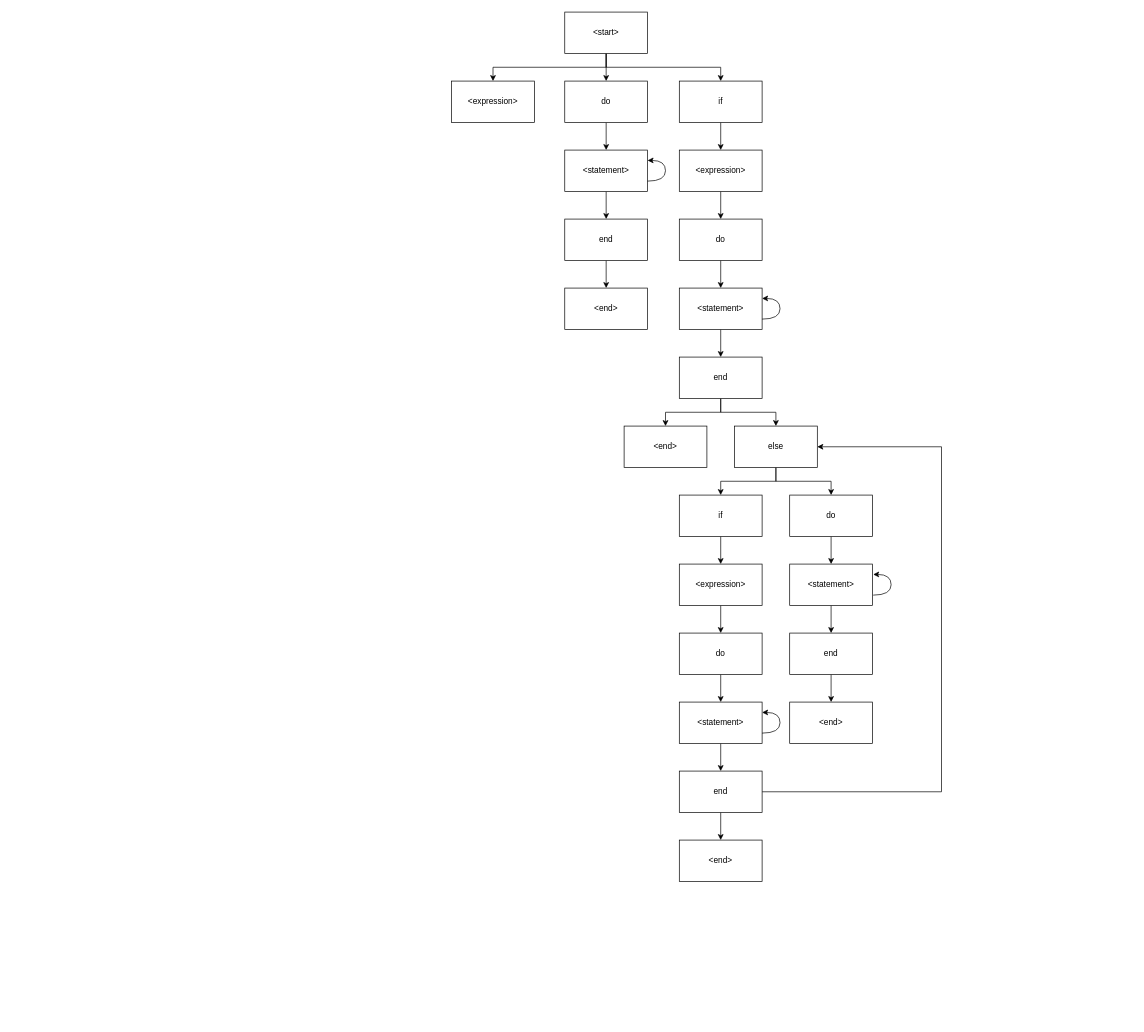
Earlier version of the draw.io diagram docs/parser.drawio (Kakitsubata7/Spark). Source tidied: cells renumbered, new cells numbered last; positions are measured from the earlier drawing's top-left corner, leaving out a move shared by most shapes. Both pictures are drawn from the tidied source at 69%, with x=0, y=0 at pixel (451, 12).
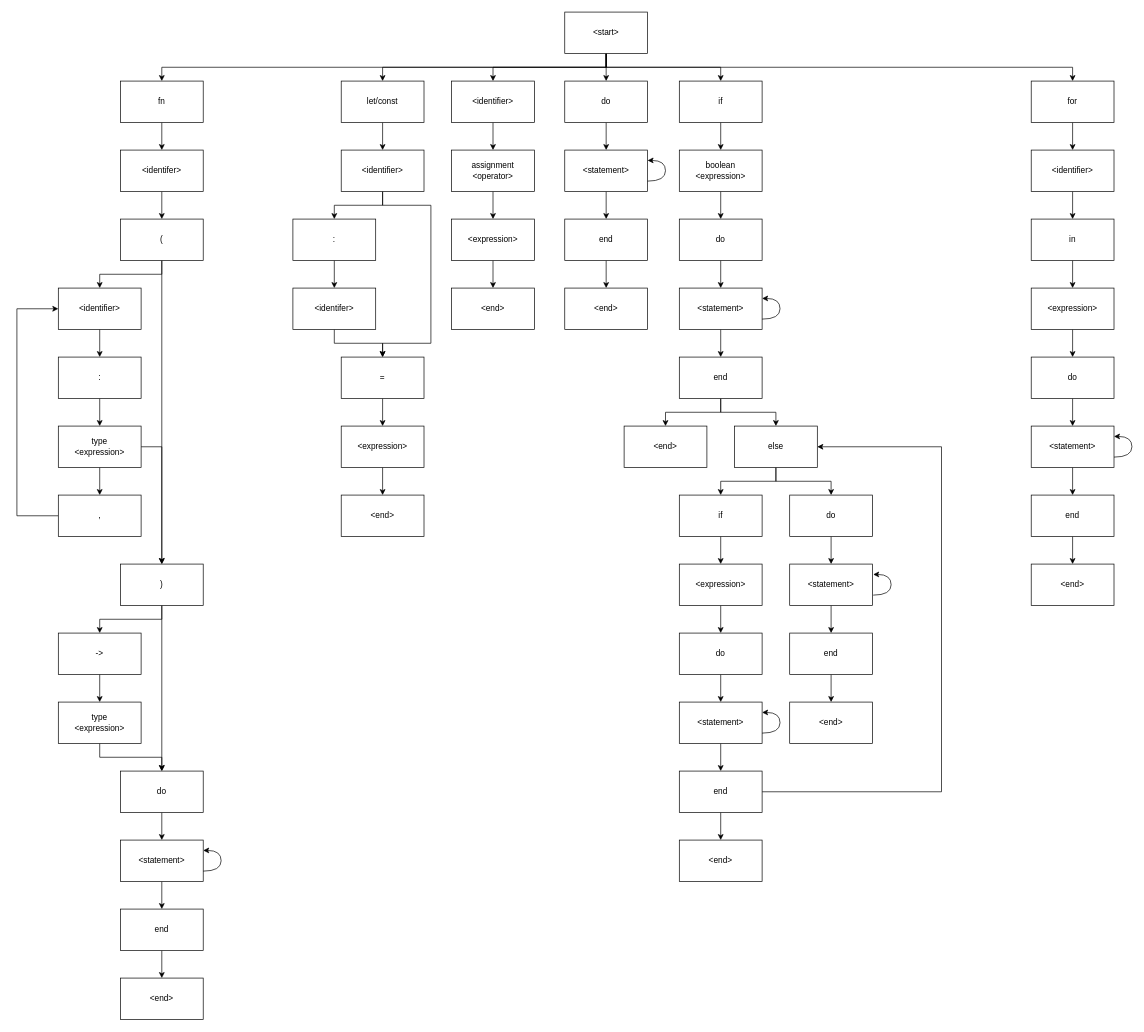
The same diagram, later.

Commit message:
Function return type

The change refers to these unchanged cells:
```xml
<mxCell id="5" value="&amp;lt;start&amp;gt;" style="rounded=0;whiteSpace=wrap;html=1;" parent="1" vertex="1">
  <mxGeometry x="164" width="120" height="60" as="geometry" />
</mxCell>
```

Diff of the diagram source:
```diff
@@
+    <mxCell id="52" style="edgeStyle=orthogonalEdgeStyle;rounded=0;jettySize=auto;html=1;exitX=0.5;exitY=1;exitDx=0;exitDy=0;entryX=0.5;entryY=0;entryDx=0;entryDy=0;" parent="1" edge="1" source="5" target="57">
+      <mxGeometry relative="1" as="geometry" />
+    </mxCell>
+    <mxCell id="53" style="edgeStyle=orthogonalEdgeStyle;rounded=0;jettySize=auto;html=1;exitX=0.5;exitY=1;exitDx=0;exitDy=0;entryX=0.5;entryY=0;entryDx=0;entryDy=0;" parent="1" edge="1" source="5" target="70">
+      <mxGeometry relative="1" as="geometry" />
+    </mxCell>
+    <mxCell id="54" style="edgeStyle=orthogonalEdgeStyle;rounded=0;jettySize=auto;html=1;exitX=0.5;exitY=1;exitDx=0;exitDy=0;entryX=0.5;entryY=0;entryDx=0;entryDy=0;" parent="1" edge="1" source="5" target="103">
+      <mxGeometry relative="1" as="geometry" />
+    </mxCell>
@@
-    <mxCell id="16" value="&amp;lt;expression&amp;gt;" style="rounded=0;whiteSpace=wrap;html=1;" parent="1" vertex="1">
+    <mxCell id="16" value="boolean&lt;br&gt;&amp;lt;expression&amp;gt;" style="rounded=0;whiteSpace=wrap;html=1;" parent="1" vertex="1">
       <mxGeometry x="330" y="200" width="120" height="60" as="geometry" />
     </mxCell>
@@
+    <mxCell id="55" style="edgeStyle=orthogonalEdgeStyle;rounded=0;jettySize=auto;html=1;exitX=0.5;exitY=1;exitDx=0;exitDy=0;entryX=0.5;entryY=0;entryDx=0;entryDy=0;" parent="1" edge="1" source="51" target="87">
+      <mxGeometry relative="1" as="geometry" />
+    </mxCell>
-    <mxCell id="51" value="&amp;lt;expression&amp;gt;" style="rounded=0;whiteSpace=wrap;html=1;" parent="1" vertex="1">
+    <mxCell id="51" value="&amp;lt;identifier&amp;gt;" style="rounded=0;whiteSpace=wrap;html=1;" parent="1" vertex="1">
       <mxGeometry y="100" width="120" height="60" as="geometry" />
     </mxCell>
+    <mxCell id="56" style="edgeStyle=orthogonalEdgeStyle;rounded=0;jettySize=auto;html=1;exitX=0.5;exitY=1;exitDx=0;exitDy=0;entryX=0.5;entryY=0;entryDx=0;entryDy=0;" parent="1" edge="1" source="57" target="60">
+      <mxGeometry relative="1" as="geometry" />
+    </mxCell>
+    <mxCell id="57" value="let/const" style="rounded=0;whiteSpace=wrap;html=1;" parent="1" vertex="1">
+      <mxGeometry x="-160" y="100" width="120" height="60" as="geometry" />
+    </mxCell>
+    <mxCell id="58" style="edgeStyle=orthogonalEdgeStyle;rounded=0;jettySize=auto;html=1;exitX=0.5;exitY=1;exitDx=0;exitDy=0;entryX=0.5;entryY=0;entryDx=0;entryDy=0;" parent="1" edge="1" source="60" target="62">
+      <mxGeometry relative="1" as="geometry" />
+    </mxCell>
+    <mxCell id="59" style="edgeStyle=orthogonalEdgeStyle;rounded=0;jettySize=auto;html=1;exitX=0.5;exitY=1;exitDx=0;exitDy=0;entryX=0.5;entryY=0;entryDx=0;entryDy=0;" parent="1" edge="1" source="60" target="66">
+      <mxGeometry relative="1" as="geometry">
+        <Array as="points">
+          <mxPoint x="-100" y="280" />
+          <mxPoint x="-30" y="280" />
+          <mxPoint x="-30" y="480" />
+          <mxPoint x="-100" y="480" />
+        </Array>
+      </mxGeometry>
+    </mxCell>
+    <mxCell id="60" value="&amp;lt;identifier&amp;gt;" style="rounded=0;whiteSpace=wrap;html=1;" parent="1" vertex="1">
+      <mxGeometry x="-160" y="200" width="120" height="60" as="geometry" />
+    </mxCell>
+    <mxCell id="61" style="edgeStyle=orthogonalEdgeStyle;rounded=0;jettySize=auto;html=1;exitX=0.5;exitY=1;exitDx=0;exitDy=0;entryX=0.5;entryY=0;entryDx=0;entryDy=0;" parent="1" edge="1" source="62" target="64">
+      <mxGeometry relative="1" as="geometry" />
+    </mxCell>
+    <mxCell id="62" value=":" style="rounded=0;whiteSpace=wrap;html=1;" parent="1" vertex="1">
+      <mxGeometry x="-230" y="300" width="120" height="60" as="geometry" />
+    </mxCell>
+    <mxCell id="63" style="edgeStyle=orthogonalEdgeStyle;rounded=0;jettySize=auto;html=1;exitX=0.5;exitY=1;exitDx=0;exitDy=0;entryX=0.5;entryY=0;entryDx=0;entryDy=0;" parent="1" edge="1" source="64" target="66">
+      <mxGeometry relative="1" as="geometry" />
+    </mxCell>
+    <mxCell id="64" value="&amp;lt;identifer&amp;gt;" style="rounded=0;whiteSpace=wrap;html=1;" parent="1" vertex="1">
+      <mxGeometry x="-230" y="400" width="120" height="60" as="geometry" />
+    </mxCell>
+    <mxCell id="65" style="edgeStyle=orthogonalEdgeStyle;rounded=0;jettySize=auto;html=1;exitX=0.5;exitY=1;exitDx=0;exitDy=0;" parent="1" edge="1" source="66" target="68">
+      <mxGeometry relative="1" as="geometry" />
+    </mxCell>
+    <mxCell id="66" value="=" style="rounded=0;whiteSpace=wrap;html=1;" parent="1" vertex="1">
+      <mxGeometry x="-160" y="500" width="120" height="60" as="geometry" />
+    </mxCell>
+    <mxCell id="67" style="edgeStyle=orthogonalEdgeStyle;rounded=0;jettySize=auto;html=1;exitX=0.5;exitY=1;exitDx=0;exitDy=0;" parent="1" edge="1" source="68" target="85">
+      <mxGeometry relative="1" as="geometry" />
+    </mxCell>
+    <mxCell id="68" value="&amp;lt;expression&amp;gt;" style="rounded=0;whiteSpace=wrap;html=1;" parent="1" vertex="1">
+      <mxGeometry x="-160" y="600" width="120" height="60" as="geometry" />
+    </mxCell>
+    <mxCell id="69" style="edgeStyle=orthogonalEdgeStyle;rounded=0;jettySize=auto;html=1;exitX=0.5;exitY=1;exitDx=0;exitDy=0;entryX=0.5;entryY=0;entryDx=0;entryDy=0;" parent="1" edge="1" source="70" target="72">
+      <mxGeometry relative="1" as="geometry" />
+    </mxCell>
+    <mxCell id="70" value="fn" style="rounded=0;whiteSpace=wrap;html=1;" parent="1" vertex="1">
+      <mxGeometry x="-480" y="100" width="120" height="60" as="geometry" />
+    </mxCell>
+    <mxCell id="71" style="edgeStyle=orthogonalEdgeStyle;rounded=0;jettySize=auto;html=1;exitX=0.5;exitY=1;exitDx=0;exitDy=0;entryX=0.5;entryY=0;entryDx=0;entryDy=0;" parent="1" edge="1" source="72" target="75">
+      <mxGeometry relative="1" as="geometry" />
+    </mxCell>
+    <mxCell id="72" value="&amp;lt;identifer&amp;gt;" style="rounded=0;whiteSpace=wrap;html=1;" parent="1" vertex="1">
+      <mxGeometry x="-480" y="200" width="120" height="60" as="geometry" />
+    </mxCell>
+    <mxCell id="73" style="edgeStyle=orthogonalEdgeStyle;rounded=0;jettySize=auto;html=1;exitX=0.5;exitY=1;exitDx=0;exitDy=0;entryX=0.5;entryY=0;entryDx=0;entryDy=0;" parent="1" edge="1" source="75" target="77">
+      <mxGeometry relative="1" as="geometry" />
+    </mxCell>
+    <mxCell id="74" style="edgeStyle=orthogonalEdgeStyle;rounded=0;jettySize=auto;html=1;exitX=0.5;exitY=1;exitDx=0;exitDy=0;entryX=0.5;entryY=0;entryDx=0;entryDy=0;" parent="1" edge="1" source="75" target="93">
+      <mxGeometry relative="1" as="geometry" />
+    </mxCell>
+    <mxCell id="75" value="(" style="rounded=0;whiteSpace=wrap;html=1;" parent="1" vertex="1">
+      <mxGeometry x="-480" y="300" width="120" height="60" as="geometry" />
+    </mxCell>
+    <mxCell id="76" style="edgeStyle=orthogonalEdgeStyle;rounded=0;jettySize=auto;html=1;exitX=0.5;exitY=1;exitDx=0;exitDy=0;entryX=0.5;entryY=0;entryDx=0;entryDy=0;" parent="1" edge="1" source="77" target="79">
+      <mxGeometry relative="1" as="geometry" />
+    </mxCell>
+    <mxCell id="77" value="&amp;lt;identifier&amp;gt;" style="rounded=0;whiteSpace=wrap;html=1;" parent="1" vertex="1">
+      <mxGeometry x="-570" y="400" width="120" height="60" as="geometry" />
+    </mxCell>
+    <mxCell id="78" style="edgeStyle=orthogonalEdgeStyle;rounded=0;jettySize=auto;html=1;exitX=0.5;exitY=1;exitDx=0;exitDy=0;entryX=0.5;entryY=0;entryDx=0;entryDy=0;" parent="1" edge="1" source="79" target="82">
+      <mxGeometry relative="1" as="geometry" />
+    </mxCell>
+    <mxCell id="79" value=":" style="rounded=0;whiteSpace=wrap;html=1;" parent="1" vertex="1">
+      <mxGeometry x="-570" y="500" width="120" height="60" as="geometry" />
+    </mxCell>
+    <mxCell id="80" style="edgeStyle=orthogonalEdgeStyle;rounded=0;jettySize=auto;html=1;exitX=0.5;exitY=1;exitDx=0;exitDy=0;" parent="1" edge="1" source="82" target="84">
+      <mxGeometry relative="1" as="geometry" />
+    </mxCell>
+    <mxCell id="81" style="edgeStyle=orthogonalEdgeStyle;rounded=0;jettySize=auto;html=1;exitX=1;exitY=0.5;exitDx=0;exitDy=0;entryX=0.5;entryY=0;entryDx=0;entryDy=0;" parent="1" edge="1" source="82" target="93">
+      <mxGeometry relative="1" as="geometry" />
+    </mxCell>
+    <mxCell id="82" value="&lt;div&gt;type&lt;/div&gt;&amp;lt;expression&amp;gt;" style="rounded=0;whiteSpace=wrap;html=1;" parent="1" vertex="1">
+      <mxGeometry x="-570" y="600" width="120" height="60" as="geometry" />
+    </mxCell>
+    <mxCell id="83" style="edgeStyle=orthogonalEdgeStyle;rounded=0;jettySize=auto;html=1;exitX=0;exitY=0.5;exitDx=0;exitDy=0;entryX=0;entryY=0.5;entryDx=0;entryDy=0;" parent="1" edge="1" source="84" target="77">
+      <mxGeometry relative="1" as="geometry">
+        <Array as="points">
+          <mxPoint x="-630" y="730" />
+          <mxPoint x="-630" y="430" />
+        </Array>
+      </mxGeometry>
+    </mxCell>
+    <mxCell id="84" value="," style="rounded=0;whiteSpace=wrap;html=1;" parent="1" vertex="1">
+      <mxGeometry x="-570" y="700" width="120" height="60" as="geometry" />
+    </mxCell>
+    <mxCell id="85" value="&amp;lt;end&amp;gt;" style="rounded=0;whiteSpace=wrap;html=1;" parent="1" vertex="1">
+      <mxGeometry x="-160" y="700" width="120" height="60" as="geometry" />
+    </mxCell>
+    <mxCell id="86" style="edgeStyle=orthogonalEdgeStyle;rounded=0;jettySize=auto;html=1;exitX=0.5;exitY=1;exitDx=0;exitDy=0;" parent="1" edge="1" source="87" target="89">
+      <mxGeometry relative="1" as="geometry" />
+    </mxCell>
+    <mxCell id="87" value="assignment&lt;br&gt;&amp;lt;operator&amp;gt;" style="rounded=0;whiteSpace=wrap;html=1;" parent="1" vertex="1">
+      <mxGeometry y="200" width="120" height="60" as="geometry" />
+    </mxCell>
+    <mxCell id="88" style="edgeStyle=orthogonalEdgeStyle;rounded=0;jettySize=auto;html=1;exitX=0.5;exitY=1;exitDx=0;exitDy=0;" parent="1" edge="1" source="89" target="90">
+      <mxGeometry relative="1" as="geometry" />
+    </mxCell>
+    <mxCell id="89" value="&amp;lt;expression&amp;gt;" style="rounded=0;whiteSpace=wrap;html=1;" parent="1" vertex="1">
+      <mxGeometry y="300" width="120" height="60" as="geometry" />
+    </mxCell>
+    <mxCell id="90" value="&amp;lt;end&amp;gt;" style="rounded=0;whiteSpace=wrap;html=1;" parent="1" vertex="1">
+      <mxGeometry y="400" width="120" height="60" as="geometry" />
+    </mxCell>
+    <mxCell id="91" style="edgeStyle=orthogonalEdgeStyle;rounded=0;jettySize=auto;html=1;exitX=0.5;exitY=1;exitDx=0;exitDy=0;entryX=0.5;entryY=0;entryDx=0;entryDy=0;" parent="1" edge="1" source="93" target="119">
+      <mxGeometry relative="1" as="geometry" />
+    </mxCell>
+    <mxCell id="92" style="edgeStyle=orthogonalEdgeStyle;rounded=0;jettySize=auto;html=1;exitX=0.5;exitY=1;exitDx=0;exitDy=0;entryX=0.5;entryY=0;entryDx=0;entryDy=0;" parent="1" edge="1" source="93" target="95">
+      <mxGeometry relative="1" as="geometry" />
+    </mxCell>
+    <mxCell id="93" value=")" style="rounded=0;whiteSpace=wrap;html=1;" parent="1" vertex="1">
+      <mxGeometry x="-480" y="800" width="120" height="60" as="geometry" />
+    </mxCell>
+    <mxCell id="94" style="edgeStyle=orthogonalEdgeStyle;rounded=0;jettySize=auto;html=1;exitX=0.5;exitY=1;exitDx=0;exitDy=0;entryX=0.5;entryY=0;entryDx=0;entryDy=0;" parent="1" edge="1" source="95" target="97">
+      <mxGeometry relative="1" as="geometry" />
+    </mxCell>
+    <mxCell id="95" value="do" style="rounded=0;whiteSpace=wrap;html=1;" parent="1" vertex="1">
+      <mxGeometry x="-480" y="1100" width="120" height="60" as="geometry" />
+    </mxCell>
+    <mxCell id="96" style="edgeStyle=orthogonalEdgeStyle;rounded=0;jettySize=auto;html=1;exitX=0.5;exitY=1;exitDx=0;exitDy=0;entryX=0.5;entryY=0;entryDx=0;entryDy=0;" parent="1" edge="1" source="97" target="100">
+      <mxGeometry relative="1" as="geometry" />
+    </mxCell>
+    <mxCell id="97" value="&amp;lt;statement&amp;gt;" style="rounded=0;whiteSpace=wrap;html=1;" parent="1" vertex="1">
+      <mxGeometry x="-480" y="1200" width="120" height="60" as="geometry" />
+    </mxCell>
+    <mxCell id="98" style="edgeStyle=orthogonalEdgeStyle;rounded=0;orthogonalLoop=1;jettySize=auto;html=1;exitX=1;exitY=0.75;exitDx=0;exitDy=0;entryX=1;entryY=0.25;entryDx=0;entryDy=0;curved=1;" parent="1" edge="1">
+      <mxGeometry relative="1" as="geometry">
+        <mxPoint x="-360" y="1245" as="sourcePoint" />
+        <mxPoint x="-360" y="1215" as="targetPoint" />
+        <Array as="points">
+          <mxPoint x="-334" y="1245" />
+          <mxPoint x="-334" y="1215" />
+        </Array>
+      </mxGeometry>
+    </mxCell>
+    <mxCell id="99" style="edgeStyle=orthogonalEdgeStyle;rounded=0;jettySize=auto;html=1;exitX=0.5;exitY=1;exitDx=0;exitDy=0;entryX=0.5;entryY=0;entryDx=0;entryDy=0;" parent="1" edge="1" source="100" target="101">
+      <mxGeometry relative="1" as="geometry" />
+    </mxCell>
+    <mxCell id="100" value="end" style="rounded=0;whiteSpace=wrap;html=1;" parent="1" vertex="1">
+      <mxGeometry x="-480" y="1300" width="120" height="60" as="geometry" />
+    </mxCell>
+    <mxCell id="101" value="&amp;lt;end&amp;gt;" style="rounded=0;whiteSpace=wrap;html=1;" parent="1" vertex="1">
+      <mxGeometry x="-480" y="1400" width="120" height="60" as="geometry" />
+    </mxCell>
+    <mxCell id="102" style="edgeStyle=orthogonalEdgeStyle;rounded=0;jettySize=auto;html=1;exitX=0.5;exitY=1;exitDx=0;exitDy=0;entryX=0.5;entryY=0;entryDx=0;entryDy=0;" parent="1" edge="1" source="103" target="105">
+      <mxGeometry relative="1" as="geometry" />
+    </mxCell>
+    <mxCell id="103" value="for" style="rounded=0;whiteSpace=wrap;html=1;" parent="1" vertex="1">
+      <mxGeometry x="840" y="100" width="120" height="60" as="geometry" />
+    </mxCell>
+    <mxCell id="104" style="edgeStyle=orthogonalEdgeStyle;rounded=0;jettySize=auto;html=1;exitX=0.5;exitY=1;exitDx=0;exitDy=0;entryX=0.5;entryY=0;entryDx=0;entryDy=0;" parent="1" edge="1" source="105" target="107">
+      <mxGeometry relative="1" as="geometry" />
+    </mxCell>
+    <mxCell id="105" value="&amp;lt;identifier&amp;gt;" style="rounded=0;whiteSpace=wrap;html=1;" parent="1" vertex="1">
+      <mxGeometry x="840" y="200" width="120" height="60" as="geometry" />
+    </mxCell>
+    <mxCell id="106" style="edgeStyle=orthogonalEdgeStyle;rounded=0;jettySize=auto;html=1;exitX=0.5;exitY=1;exitDx=0;exitDy=0;entryX=0.5;entryY=0;entryDx=0;entryDy=0;" parent="1" edge="1" source="107" target="109">
+      <mxGeometry relative="1" as="geometry" />
+    </mxCell>
+    <mxCell id="107" value="in" style="rounded=0;whiteSpace=wrap;html=1;" parent="1" vertex="1">
+      <mxGeometry x="840" y="300" width="120" height="60" as="geometry" />
+    </mxCell>
+    <mxCell id="108" style="edgeStyle=orthogonalEdgeStyle;rounded=0;jettySize=auto;html=1;exitX=0.5;exitY=1;exitDx=0;exitDy=0;entryX=0.5;entryY=0;entryDx=0;entryDy=0;" parent="1" edge="1" source="109" target="111">
+      <mxGeometry relative="1" as="geometry" />
+    </mxCell>
+    <mxCell id="109" value="&amp;lt;expression&amp;gt;" style="rounded=0;whiteSpace=wrap;html=1;" parent="1" vertex="1">
+      <mxGeometry x="840" y="400" width="120" height="60" as="geometry" />
+    </mxCell>
+    <mxCell id="110" style="edgeStyle=orthogonalEdgeStyle;rounded=0;jettySize=auto;html=1;exitX=0.5;exitY=1;exitDx=0;exitDy=0;entryX=0.5;entryY=0;entryDx=0;entryDy=0;" parent="1" edge="1" source="111" target="113">
+      <mxGeometry relative="1" as="geometry" />
+    </mxCell>
+    <mxCell id="111" value="do" style="rounded=0;whiteSpace=wrap;html=1;" parent="1" vertex="1">
+      <mxGeometry x="840" y="500" width="120" height="60" as="geometry" />
+    </mxCell>
+    <mxCell id="112" style="edgeStyle=orthogonalEdgeStyle;rounded=0;jettySize=auto;html=1;exitX=0.5;exitY=1;exitDx=0;exitDy=0;entryX=0.5;entryY=0;entryDx=0;entryDy=0;" parent="1" edge="1" source="113" target="116">
+      <mxGeometry relative="1" as="geometry" />
+    </mxCell>
+    <mxCell id="113" value="&amp;lt;statement&amp;gt;" style="rounded=0;whiteSpace=wrap;html=1;" parent="1" vertex="1">
+      <mxGeometry x="840" y="600" width="120" height="60" as="geometry" />
+    </mxCell>
+    <mxCell id="114" style="edgeStyle=orthogonalEdgeStyle;rounded=0;orthogonalLoop=1;jettySize=auto;html=1;exitX=1;exitY=0.75;exitDx=0;exitDy=0;entryX=1;entryY=0.25;entryDx=0;entryDy=0;curved=1;" parent="1" edge="1">
+      <mxGeometry relative="1" as="geometry">
+        <mxPoint x="960" y="645" as="sourcePoint" />
+        <mxPoint x="960" y="615" as="targetPoint" />
+        <Array as="points">
+          <mxPoint x="986" y="645" />
+          <mxPoint x="986" y="615" />
+        </Array>
+      </mxGeometry>
+    </mxCell>
+    <mxCell id="115" style="edgeStyle=orthogonalEdgeStyle;rounded=0;jettySize=auto;html=1;exitX=0.5;exitY=1;exitDx=0;exitDy=0;" parent="1" edge="1" source="116" target="117">
+      <mxGeometry relative="1" as="geometry" />
+    </mxCell>
+    <mxCell id="116" value="end" style="rounded=0;whiteSpace=wrap;html=1;" parent="1" vertex="1">
+      <mxGeometry x="840" y="700" width="120" height="60" as="geometry" />
+    </mxCell>
+    <mxCell id="117" value="&amp;lt;end&amp;gt;" style="rounded=0;whiteSpace=wrap;html=1;" parent="1" vertex="1">
+      <mxGeometry x="840" y="800" width="120" height="60" as="geometry" />
+    </mxCell>
+    <mxCell id="118" style="edgeStyle=orthogonalEdgeStyle;rounded=0;jettySize=auto;html=1;exitX=0.5;exitY=1;exitDx=0;exitDy=0;entryX=0.5;entryY=0;entryDx=0;entryDy=0;" parent="1" edge="1" source="119" target="121">
+      <mxGeometry relative="1" as="geometry" />
+    </mxCell>
+    <mxCell id="119" value="-&amp;gt;" style="rounded=0;whiteSpace=wrap;html=1;" parent="1" vertex="1">
+      <mxGeometry x="-570" y="900" width="120" height="60" as="geometry" />
+    </mxCell>
+    <mxCell id="120" style="edgeStyle=orthogonalEdgeStyle;rounded=0;jettySize=auto;html=1;exitX=0.5;exitY=1;exitDx=0;exitDy=0;entryX=0.5;entryY=0;entryDx=0;entryDy=0;" parent="1" edge="1" source="121" target="95">
+      <mxGeometry relative="1" as="geometry" />
+    </mxCell>
+    <mxCell id="121" value="&lt;div&gt;type&lt;/div&gt;&amp;lt;expression&amp;gt;" style="rounded=0;whiteSpace=wrap;html=1;" parent="1" vertex="1">
+      <mxGeometry x="-570" y="1000" width="120" height="60" as="geometry" />
+    </mxCell>
```
